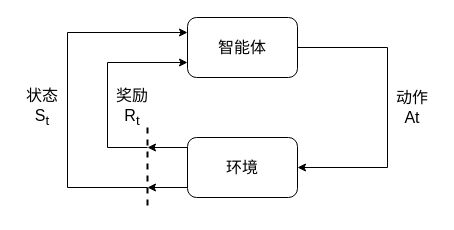
Above: agent&environment.drawio in debeetle/Drawio (draw.io), before the change. Source tidied: cells renumbered, new cells numbered last; positions are measured from the earlier drawing's top-left corner, leaving out a move shared by most shapes. Both pictures are drawn from the tidied source at 100%, with x=0, y=0 at pixel (17, 17).
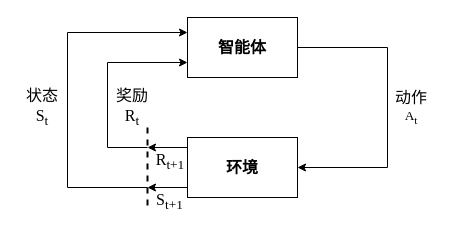
The same diagram, later.

Diff of the diagram source:
```diff
@@
-    <mxCell id="2" style="edgeStyle=orthogonalEdgeStyle;rounded=0;jettySize=auto;html=1;exitX=1;exitY=0.5;exitDx=0;exitDy=0;entryX=1;entryY=0.5;entryDx=0;entryDy=0;" parent="1" edge="1" source="3" target="4">
+    <mxCell id="2" style="edgeStyle=orthogonalEdgeStyle;rounded=0;jettySize=auto;html=1;exitX=1;exitY=0.5;exitDx=0;exitDy=0;entryX=1;entryY=0.5;entryDx=0;entryDy=0;fontFamily=宋体;" parent="1" edge="1" source="3" target="4">
       <mxGeometry relative="1" as="geometry">
         <Array as="points">
           <mxPoint x="370" y="30" />
           <mxPoint x="370" y="150" />
         </Array>
       </mxGeometry>
     </mxCell>
-    <mxCell id="3" value="&lt;font style=&quot;font-size: 16px;&quot;&gt;智能体&lt;/font&gt;" style="rounded=1;whiteSpace=wrap;html=1;" parent="1" vertex="1">
+    <mxCell id="3" value="&lt;font style=&quot;font-size: 16px;&quot;&gt;&lt;b&gt;智能体&lt;/b&gt;&lt;/font&gt;" style="rounded=1;whiteSpace=wrap;html=1;fontFamily=宋体;arcSize=0;" parent="1" vertex="1">
       <mxGeometry x="170" width="110" height="60" as="geometry" />
     </mxCell>
-    <mxCell id="4" value="&lt;font style=&quot;font-size: 16px;&quot;&gt;环境&lt;/font&gt;" style="rounded=1;whiteSpace=wrap;html=1;" parent="1" vertex="1">
+    <mxCell id="4" value="&lt;font style=&quot;font-size: 16px;&quot;&gt;&lt;b&gt;环境&lt;/b&gt;&lt;/font&gt;" style="rounded=1;whiteSpace=wrap;html=1;fontFamily=宋体;arcSize=0;" parent="1" vertex="1">
       <mxGeometry x="170" y="120" width="110" height="60" as="geometry" />
     </mxCell>
-    <mxCell id="5" style="edgeStyle=orthogonalEdgeStyle;rounded=0;jettySize=auto;html=1;exitX=0.25;exitY=0.5;exitDx=0;exitDy=0;exitPerimeter=0;entryX=0;entryY=0.75;entryDx=0;entryDy=0;" parent="1" edge="1" source="7" target="3">
+    <mxCell id="5" style="edgeStyle=orthogonalEdgeStyle;rounded=0;jettySize=auto;html=1;exitX=0.25;exitY=0.5;exitDx=0;exitDy=0;exitPerimeter=0;entryX=0;entryY=0.75;entryDx=0;entryDy=0;fontFamily=宋体;" parent="1" edge="1" source="7" target="3">
       <mxGeometry relative="1" as="geometry">
         <Array as="points">
           <mxPoint x="90" y="130" />
           <mxPoint x="90" y="45" />
         </Array>
       </mxGeometry>
     </mxCell>
-    <mxCell id="6" style="edgeStyle=orthogonalEdgeStyle;rounded=0;jettySize=auto;html=1;exitX=0.75;exitY=0.5;exitDx=0;exitDy=0;exitPerimeter=0;entryX=0;entryY=0.25;entryDx=0;entryDy=0;" parent="1" edge="1" source="7" target="3">
+    <mxCell id="6" style="edgeStyle=orthogonalEdgeStyle;rounded=0;jettySize=auto;html=1;exitX=0.75;exitY=0.5;exitDx=0;exitDy=0;exitPerimeter=0;entryX=0;entryY=0.25;entryDx=0;entryDy=0;fontFamily=宋体;" parent="1" edge="1" source="7" target="3">
       <mxGeometry relative="1" as="geometry">
         <Array as="points">
           <mxPoint x="50" y="170" />
           <mxPoint x="50" y="15" />
         </Array>
       </mxGeometry>
     </mxCell>
-    <mxCell id="7" style="line;strokeWidth=2;direction=south;html=1;dashed=1;" parent="1" vertex="1">
+    <mxCell id="7" style="line;strokeWidth=2;direction=south;html=1;dashed=1;fontFamily=宋体;" parent="1" vertex="1">
       <mxGeometry x="125" y="110" width="10" height="80" as="geometry" />
     </mxCell>
-    <mxCell id="8" value="&lt;font style=&quot;font-size: 16px;&quot;&gt;奖励&lt;br&gt;R&lt;sub&gt;t&lt;/sub&gt;&lt;br&gt;&lt;/font&gt;" style="text;html=1;strokeColor=none;fillColor=none;align=center;verticalAlign=middle;whiteSpace=wrap;rounded=0;" parent="1" vertex="1">
+    <mxCell id="8" value="&lt;font style=&quot;font-size: 16px;&quot;&gt;奖励&lt;br&gt;&lt;font face=&quot;Times New Roman&quot;&gt;R&lt;sub&gt;t&lt;/sub&gt;&lt;/font&gt;&lt;br&gt;&lt;/font&gt;" style="text;html=1;strokeColor=none;fillColor=none;align=center;verticalAlign=middle;whiteSpace=wrap;rounded=0;fontFamily=宋体;" parent="1" vertex="1">
       <mxGeometry x="90" y="70" width="50" height="40" as="geometry" />
     </mxCell>
-    <mxCell id="9" value="&lt;font style=&quot;font-size: 16px;&quot;&gt;状态&lt;br&gt;S&lt;sub&gt;t&lt;/sub&gt;&lt;br&gt;&lt;/font&gt;" style="text;html=1;strokeColor=none;fillColor=none;align=center;verticalAlign=middle;whiteSpace=wrap;rounded=0;" parent="1" vertex="1">
+    <mxCell id="9" value="&lt;font style=&quot;font-size: 16px;&quot;&gt;状态&lt;br&gt;&lt;font face=&quot;Times New Roman&quot;&gt;S&lt;sub&gt;t&lt;/sub&gt;&lt;/font&gt;&lt;br&gt;&lt;/font&gt;" style="text;html=1;strokeColor=none;fillColor=none;align=center;verticalAlign=middle;whiteSpace=wrap;rounded=0;fontFamily=宋体;" parent="1" vertex="1">
       <mxGeometry y="70" width="50" height="40" as="geometry" />
     </mxCell>
-    <mxCell id="10" value="&lt;font style=&quot;&quot;&gt;&lt;span style=&quot;font-size: 16px;&quot;&gt;动作&lt;/span&gt;&lt;br&gt;&lt;sub style=&quot;&quot;&gt;&lt;span style=&quot;font-size: 16px;&quot;&gt;At&lt;/span&gt;&lt;/sub&gt;&lt;br&gt;&lt;/font&gt;" style="text;html=1;strokeColor=none;fillColor=none;align=center;verticalAlign=middle;whiteSpace=wrap;rounded=0;" parent="1" vertex="1">
-      <mxGeometry x="370" y="70" width="50" height="40" as="geometry" />
+    <mxCell id="10" value="&lt;font style=&quot;&quot;&gt;&lt;span style=&quot;font-size: 16px;&quot;&gt;动作&lt;/span&gt;&lt;br&gt;&lt;span style=&quot;font-size: 13.3333px;&quot;&gt;&lt;font face=&quot;Times New Roman&quot;&gt;A&lt;sub&gt;t&lt;/sub&gt;&lt;/font&gt;&lt;/span&gt;&lt;br&gt;&lt;/font&gt;" style="text;html=1;strokeColor=none;fillColor=none;align=center;verticalAlign=middle;whiteSpace=wrap;rounded=0;fontFamily=宋体;" parent="1" vertex="1">
+      <mxGeometry x="369" y="70" width="50" height="40" as="geometry" />
     </mxCell>
-    <mxCell id="11" style="edgeStyle=orthogonalEdgeStyle;rounded=0;jettySize=auto;html=1;exitX=0;exitY=0.75;exitDx=0;exitDy=0;entryX=0.75;entryY=0.5;entryDx=0;entryDy=0;entryPerimeter=0;" parent="1" edge="1" source="4" target="7">
+    <mxCell id="11" style="edgeStyle=orthogonalEdgeStyle;rounded=0;jettySize=auto;html=1;exitX=0;exitY=0.75;exitDx=0;exitDy=0;entryX=0.75;entryY=0.5;entryDx=0;entryDy=0;entryPerimeter=0;fontFamily=宋体;" parent="1" edge="1" source="4" target="7">
       <mxGeometry relative="1" as="geometry">
         <Array as="points">
           <mxPoint x="170" y="170" />
         </Array>
       </mxGeometry>
     </mxCell>
-    <mxCell id="12" style="edgeStyle=orthogonalEdgeStyle;rounded=0;jettySize=auto;html=1;exitX=0;exitY=0.25;exitDx=0;exitDy=0;entryX=0.25;entryY=0.5;entryDx=0;entryDy=0;entryPerimeter=0;" parent="1" edge="1" source="4" target="7">
+    <mxCell id="12" style="edgeStyle=orthogonalEdgeStyle;rounded=0;jettySize=auto;html=1;exitX=0;exitY=0.25;exitDx=0;exitDy=0;entryX=0.25;entryY=0.5;entryDx=0;entryDy=0;entryPerimeter=0;fontFamily=宋体;" parent="1" edge="1" source="4" target="7">
       <mxGeometry relative="1" as="geometry">
         <Array as="points">
           <mxPoint x="170" y="130" />
         </Array>
       </mxGeometry>
     </mxCell>
+    <mxCell id="13" value="&lt;font style=&quot;font-size: 16px;&quot; face=&quot;Times New Roman&quot;&gt;R&lt;sub&gt;t+1&lt;/sub&gt;&lt;/font&gt;" style="text;html=1;strokeColor=none;fillColor=none;align=center;verticalAlign=middle;whiteSpace=wrap;rounded=0;" parent="1" vertex="1">
+      <mxGeometry x="137.5" y="134" width="30" height="20" as="geometry" />
+    </mxCell>
+    <mxCell id="14" value="&lt;font style=&quot;font-size: 16px;&quot; face=&quot;Times New Roman&quot;&gt;&lt;span style=&quot;&quot;&gt;S&lt;sub&gt;t+1&lt;/sub&gt;&lt;/span&gt;&lt;/font&gt;" style="text;html=1;strokeColor=none;fillColor=none;align=center;verticalAlign=middle;whiteSpace=wrap;rounded=0;" parent="1" vertex="1">
+      <mxGeometry x="135" y="174" width="35" height="20" as="geometry" />
+    </mxCell>
```
